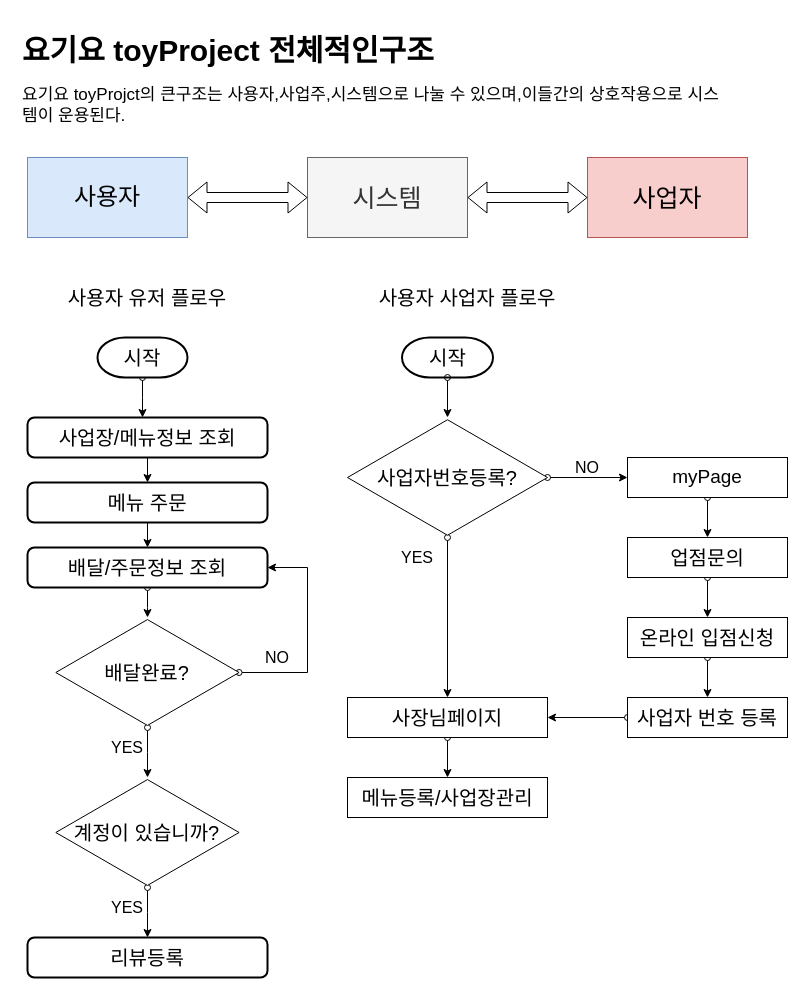
The draw.io diagram page "플로우" (1 of 3) of dio.drawio in brocoly1991/YogiyoToyProjectReacr, before the edit. Source tidied: cells renumbered, new cells numbered last; positions are measured from the earlier drawing's top-left corner, leaving out a move shared by most shapes. Both pictures are drawn from the tidied source at 100%, with x=0, y=0 at pixel (17, 27).
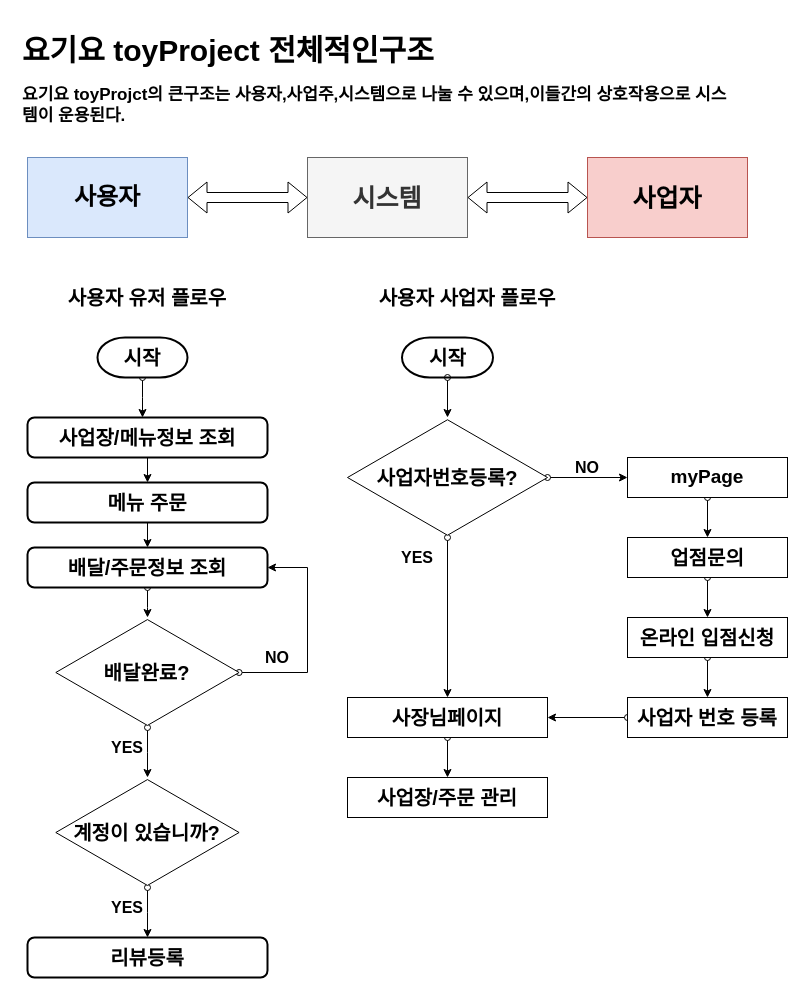
The same page after the edit.

Diff of the diagram source:
```diff
@@
-    <mxCell id="2" value="&lt;h1&gt;&lt;font style=&quot;font-size: 30px&quot;&gt;요기요 toyProject 전체적인구조&lt;/font&gt;&lt;/h1&gt;&lt;p&gt;&lt;span style=&quot;font-size: 17px&quot;&gt;요기요 toyProjct의 큰구조는 사용자,사업주,시스템으로 나눌 수 있으며,이들간의 상호작용으로 시스템이 운용된다.&amp;nbsp;&lt;/span&gt;&lt;/p&gt;" style="text;html=1;strokeColor=none;fillColor=none;spacing=5;spacingTop=-20;whiteSpace=wrap;overflow=hidden;rounded=0;" parent="1" vertex="1">
+    <mxCell id="2" value="&lt;h1&gt;&lt;font style=&quot;font-size: 30px&quot;&gt;요기요 toyProject 전체적인구조&lt;/font&gt;&lt;/h1&gt;&lt;p&gt;&lt;span style=&quot;font-size: 17px&quot;&gt;요기요 toyProjct의 큰구조는 사용자,사업주,시스템으로 나눌 수 있으며,이들간의 상호작용으로 시스템이 운용된다.&amp;nbsp;&lt;/span&gt;&lt;/p&gt;" style="text;html=1;strokeColor=none;fillColor=none;spacing=5;spacingTop=-20;whiteSpace=wrap;overflow=hidden;rounded=0;fontStyle=1;" parent="1" vertex="1">
       <mxGeometry width="720" height="120" as="geometry" />
     </mxCell>
-    <mxCell id="3" value="&lt;font style=&quot;font-size: 24px&quot;&gt;사용자&lt;/font&gt;" style="rounded=0;whiteSpace=wrap;html=1;fillColor=#dae8fc;strokeColor=#6c8ebf;" parent="1" vertex="1">
+    <mxCell id="3" value="&lt;font style=&quot;font-size: 24px&quot;&gt;사용자&lt;/font&gt;" style="rounded=0;whiteSpace=wrap;html=1;fillColor=#dae8fc;strokeColor=#6c8ebf;fontStyle=1;" parent="1" vertex="1">
       <mxGeometry x="10" y="130" width="160" height="80" as="geometry" />
     </mxCell>
-    <mxCell id="4" value="&lt;font style=&quot;font-size: 25px&quot;&gt;시스템&lt;/font&gt;" style="rounded=0;whiteSpace=wrap;html=1;fillColor=#f5f5f5;strokeColor=#666666;fontColor=#333333;" parent="1" vertex="1">
+    <mxCell id="4" value="&lt;font style=&quot;font-size: 25px&quot;&gt;시스템&lt;/font&gt;" style="rounded=0;whiteSpace=wrap;html=1;fillColor=#f5f5f5;strokeColor=#666666;fontColor=#333333;fontStyle=1;" parent="1" vertex="1">
       <mxGeometry x="290" y="130" width="160" height="80" as="geometry" />
     </mxCell>
-    <mxCell id="5" value="&lt;font style=&quot;font-size: 25px&quot;&gt;사업자&lt;/font&gt;" style="rounded=0;whiteSpace=wrap;html=1;fillColor=#f8cecc;strokeColor=#b85450;" parent="1" vertex="1">
+    <mxCell id="5" value="&lt;font style=&quot;font-size: 25px&quot;&gt;사업자&lt;/font&gt;" style="rounded=0;whiteSpace=wrap;html=1;fillColor=#f8cecc;strokeColor=#b85450;fontStyle=1;" parent="1" vertex="1">
       <mxGeometry x="570" y="130" width="160" height="80" as="geometry" />
     </mxCell>
-    <mxCell id="6" style="shape=flexArrow;endArrow=classic;startArrow=classic;html=1;" parent="1" edge="1">
+    <mxCell id="6" style="shape=flexArrow;endArrow=classic;startArrow=classic;html=1;fontStyle=1;" parent="1" edge="1">
       <mxGeometry relative="1" as="geometry">
         <mxPoint x="170" y="170" as="sourcePoint" />
         <mxPoint x="290" y="170" as="targetPoint" />
       </mxGeometry>
     </mxCell>
-    <mxCell id="7" style="shape=flexArrow;endArrow=classic;startArrow=classic;html=1;entryX=0;entryY=0.5;entryDx=0;entryDy=0;exitX=1;exitY=0.5;exitDx=0;exitDy=0;" parent="1" edge="1" source="4" target="5">
+    <mxCell id="7" style="shape=flexArrow;endArrow=classic;startArrow=classic;html=1;entryX=0;entryY=0.5;entryDx=0;entryDy=0;exitX=1;exitY=0.5;exitDx=0;exitDy=0;fontStyle=1;" parent="1" edge="1" source="4" target="5">
       <mxGeometry relative="1" as="geometry" />
     </mxCell>
-    <mxCell id="8" value="&lt;font style=&quot;font-size: 20px&quot;&gt;사용자 유저 플로우&lt;/font&gt;" style="text;html=1;strokeColor=none;fillColor=none;align=center;verticalAlign=middle;whiteSpace=wrap;rounded=0;" parent="1" vertex="1">
+    <mxCell id="8" value="&lt;font style=&quot;font-size: 20px&quot;&gt;사용자 유저 플로우&lt;/font&gt;" style="text;html=1;strokeColor=none;fillColor=none;align=center;verticalAlign=middle;whiteSpace=wrap;rounded=0;fontStyle=1;" parent="1" vertex="1">
       <mxGeometry x="10" y="250" width="240" height="40" as="geometry" />
     </mxCell>
-    <mxCell id="9" style="edgeStyle=orthogonalEdgeStyle;rounded=0;jettySize=auto;html=1;entryX=0.5;entryY=0;entryDx=0;entryDy=0;" parent="1" edge="1" source="10" target="14">
+    <mxCell id="9" style="edgeStyle=orthogonalEdgeStyle;rounded=0;jettySize=auto;html=1;entryX=0.5;entryY=0;entryDx=0;entryDy=0;fontStyle=1;" parent="1" edge="1" source="10" target="14">
       <mxGeometry relative="1" as="geometry" />
     </mxCell>
-    <mxCell id="10" value="&lt;font style=&quot;font-size: 20px&quot;&gt;사업장/메뉴정보 조회&lt;/font&gt;" style="rounded=1;whiteSpace=wrap;html=1;absoluteArcSize=1;arcSize=14;strokeWidth=2;" parent="1" vertex="1">
+    <mxCell id="10" value="&lt;font style=&quot;font-size: 20px&quot;&gt;사업장/메뉴정보 조회&lt;/font&gt;" style="rounded=1;whiteSpace=wrap;html=1;absoluteArcSize=1;arcSize=14;strokeWidth=2;fontStyle=1;" parent="1" vertex="1">
       <mxGeometry x="10" y="390" width="240" height="40" as="geometry" />
     </mxCell>
-    <mxCell id="11" style="edgeStyle=orthogonalEdgeStyle;rounded=0;jettySize=auto;html=1;startArrow=oval;startFill=0;" parent="1" edge="1" source="12">
+    <mxCell id="11" style="edgeStyle=orthogonalEdgeStyle;rounded=0;jettySize=auto;html=1;startArrow=oval;startFill=0;fontStyle=1;" parent="1" edge="1" source="12">
       <mxGeometry relative="1" as="geometry">
         <mxPoint x="125" y="390" as="targetPoint" />
       </mxGeometry>
     </mxCell>
-    <mxCell id="12" value="&lt;span style=&quot;font-size: 20px&quot;&gt;시작&lt;/span&gt;" style="strokeWidth=2;html=1;shape=mxgraph.flowchart.terminator;whiteSpace=wrap;" parent="1" vertex="1">
+    <mxCell id="12" value="&lt;span style=&quot;font-size: 20px&quot;&gt;시작&lt;/span&gt;" style="strokeWidth=2;html=1;shape=mxgraph.flowchart.terminator;whiteSpace=wrap;fontStyle=1;" parent="1" vertex="1">
       <mxGeometry x="80" y="310" width="90" height="40" as="geometry" />
     </mxCell>
-    <mxCell id="13" style="edgeStyle=orthogonalEdgeStyle;rounded=0;jettySize=auto;html=1;" parent="1" edge="1" source="14" target="16">
+    <mxCell id="13" style="edgeStyle=orthogonalEdgeStyle;rounded=0;jettySize=auto;html=1;fontStyle=1;" parent="1" edge="1" source="14" target="16">
       <mxGeometry relative="1" as="geometry" />
     </mxCell>
-    <mxCell id="14" value="&lt;span style=&quot;font-size: 20px&quot;&gt;메뉴 주문&lt;/span&gt;" style="rounded=1;whiteSpace=wrap;html=1;absoluteArcSize=1;arcSize=14;strokeWidth=2;" parent="1" vertex="1">
+    <mxCell id="14" value="&lt;span style=&quot;font-size: 20px&quot;&gt;메뉴 주문&lt;/span&gt;" style="rounded=1;whiteSpace=wrap;html=1;absoluteArcSize=1;arcSize=14;strokeWidth=2;fontStyle=1;" parent="1" vertex="1">
       <mxGeometry x="10" y="455" width="240" height="40" as="geometry" />
     </mxCell>
-    <mxCell id="15" style="edgeStyle=orthogonalEdgeStyle;rounded=0;jettySize=auto;html=1;startArrow=oval;startFill=0;" parent="1" edge="1" source="16" target="19">
+    <mxCell id="15" style="edgeStyle=orthogonalEdgeStyle;rounded=0;jettySize=auto;html=1;startArrow=oval;startFill=0;fontStyle=1;" parent="1" edge="1" source="16" target="19">
       <mxGeometry relative="1" as="geometry" />
     </mxCell>
-    <mxCell id="16" value="&lt;span style=&quot;font-size: 20px&quot;&gt;배달/주문정보 조회&lt;/span&gt;" style="rounded=1;whiteSpace=wrap;html=1;absoluteArcSize=1;arcSize=14;strokeWidth=2;" parent="1" vertex="1">
+    <mxCell id="16" value="&lt;span style=&quot;font-size: 20px&quot;&gt;배달/주문정보 조회&lt;/span&gt;" style="rounded=1;whiteSpace=wrap;html=1;absoluteArcSize=1;arcSize=14;strokeWidth=2;fontStyle=1;" parent="1" vertex="1">
       <mxGeometry x="10" y="520" width="240" height="40" as="geometry" />
     </mxCell>
-    <mxCell id="17" style="edgeStyle=orthogonalEdgeStyle;rounded=0;jettySize=auto;html=1;startArrow=oval;startFill=0;entryX=1;entryY=0.5;entryDx=0;entryDy=0;" parent="1" edge="1" source="19" target="16">
+    <mxCell id="17" style="edgeStyle=orthogonalEdgeStyle;rounded=0;jettySize=auto;html=1;startArrow=oval;startFill=0;entryX=1;entryY=0.5;entryDx=0;entryDy=0;fontStyle=1;" parent="1" edge="1" source="19" target="16">
       <mxGeometry relative="1" as="geometry">
         <Array as="points">
           <mxPoint x="290" y="645" />
           <mxPoint x="290" y="540" />
         </Array>
       </mxGeometry>
     </mxCell>
-    <mxCell id="18" style="edgeStyle=orthogonalEdgeStyle;rounded=0;jettySize=auto;html=1;startArrow=oval;startFill=0;" parent="1" edge="1" source="19">
+    <mxCell id="18" style="edgeStyle=orthogonalEdgeStyle;rounded=0;jettySize=auto;html=1;startArrow=oval;startFill=0;fontStyle=1;" parent="1" edge="1" source="19">
       <mxGeometry relative="1" as="geometry">
         <mxPoint x="130" y="750" as="targetPoint" />
       </mxGeometry>
     </mxCell>
-    <mxCell id="19" value="&lt;font style=&quot;font-size: 20px&quot;&gt;배달완료?&lt;/font&gt;" style="html=1;whiteSpace=wrap;shape=isoRectangle;" parent="1" vertex="1">
+    <mxCell id="19" value="&lt;font style=&quot;font-size: 20px&quot;&gt;배달완료?&lt;/font&gt;" style="html=1;whiteSpace=wrap;shape=isoRectangle;fontStyle=1;" parent="1" vertex="1">
       <mxGeometry x="38.3" y="590" width="183.3" height="110" as="geometry" />
     </mxCell>
-    <mxCell id="20" value="&lt;font style=&quot;font-size: 16px&quot;&gt;NO&lt;/font&gt;" style="text;html=1;strokeColor=none;fillColor=none;align=center;verticalAlign=middle;whiteSpace=wrap;rounded=0;" parent="1" vertex="1">
+    <mxCell id="20" value="&lt;font style=&quot;font-size: 16px&quot;&gt;NO&lt;/font&gt;" style="text;html=1;strokeColor=none;fillColor=none;align=center;verticalAlign=middle;whiteSpace=wrap;rounded=0;fontStyle=1;" parent="1" vertex="1">
       <mxGeometry x="240" y="620" width="40" height="20" as="geometry" />
     </mxCell>
-    <mxCell id="21" value="&lt;span style=&quot;font-size: 16px&quot;&gt;YES&lt;/span&gt;" style="text;html=1;strokeColor=none;fillColor=none;align=center;verticalAlign=middle;whiteSpace=wrap;rounded=0;" parent="1" vertex="1">
+    <mxCell id="21" value="&lt;span style=&quot;font-size: 16px&quot;&gt;YES&lt;/span&gt;" style="text;html=1;strokeColor=none;fillColor=none;align=center;verticalAlign=middle;whiteSpace=wrap;rounded=0;fontStyle=1;" parent="1" vertex="1">
       <mxGeometry x="90" y="710" width="40" height="20" as="geometry" />
     </mxCell>
-    <mxCell id="22" style="edgeStyle=orthogonalEdgeStyle;rounded=0;jettySize=auto;html=1;startArrow=oval;startFill=0;" parent="1" edge="1" source="23" target="24">
+    <mxCell id="22" style="edgeStyle=orthogonalEdgeStyle;rounded=0;jettySize=auto;html=1;startArrow=oval;startFill=0;fontStyle=1;" parent="1" edge="1" source="23" target="24">
       <mxGeometry relative="1" as="geometry" />
     </mxCell>
-    <mxCell id="23" value="&lt;span style=&quot;font-size: 20px&quot;&gt;계정이 있습니까?&lt;/span&gt;" style="html=1;whiteSpace=wrap;shape=isoRectangle;" parent="1" vertex="1">
+    <mxCell id="23" value="&lt;span style=&quot;font-size: 20px&quot;&gt;계정이 있습니까?&lt;/span&gt;" style="html=1;whiteSpace=wrap;shape=isoRectangle;fontStyle=1;" parent="1" vertex="1">
       <mxGeometry x="38.3" y="750" width="183.3" height="110" as="geometry" />
     </mxCell>
-    <mxCell id="24" value="&lt;span style=&quot;font-size: 20px&quot;&gt;리뷰등록&lt;/span&gt;" style="rounded=1;whiteSpace=wrap;html=1;absoluteArcSize=1;arcSize=14;strokeWidth=2;" parent="1" vertex="1">
+    <mxCell id="24" value="&lt;span style=&quot;font-size: 20px&quot;&gt;리뷰등록&lt;/span&gt;" style="rounded=1;whiteSpace=wrap;html=1;absoluteArcSize=1;arcSize=14;strokeWidth=2;fontStyle=1;" parent="1" vertex="1">
       <mxGeometry x="10" y="910" width="240" height="40" as="geometry" />
     </mxCell>
-    <mxCell id="25" value="&lt;span style=&quot;font-size: 16px&quot;&gt;YES&lt;/span&gt;" style="text;html=1;strokeColor=none;fillColor=none;align=center;verticalAlign=middle;whiteSpace=wrap;rounded=0;" parent="1" vertex="1">
+    <mxCell id="25" value="&lt;span style=&quot;font-size: 16px&quot;&gt;YES&lt;/span&gt;" style="text;html=1;strokeColor=none;fillColor=none;align=center;verticalAlign=middle;whiteSpace=wrap;rounded=0;fontStyle=1;" parent="1" vertex="1">
       <mxGeometry x="90" y="870" width="40" height="20" as="geometry" />
     </mxCell>
-    <mxCell id="26" value="&lt;font style=&quot;font-size: 20px&quot;&gt;사용자 사업자 플로우&lt;/font&gt;" style="text;html=1;strokeColor=none;fillColor=none;align=center;verticalAlign=middle;whiteSpace=wrap;rounded=0;" parent="1" vertex="1">
+    <mxCell id="26" value="&lt;font style=&quot;font-size: 20px&quot;&gt;사용자 사업자 플로우&lt;/font&gt;" style="text;html=1;strokeColor=none;fillColor=none;align=center;verticalAlign=middle;whiteSpace=wrap;rounded=0;fontStyle=1;" parent="1" vertex="1">
       <mxGeometry x="330" y="250" width="240" height="40" as="geometry" />
     </mxCell>
-    <mxCell id="27" value="&lt;font style=&quot;font-size: 20px&quot;&gt;시작&lt;/font&gt;" style="strokeWidth=2;html=1;shape=mxgraph.flowchart.terminator;whiteSpace=wrap;" parent="1" vertex="1">
+    <mxCell id="27" value="&lt;font style=&quot;font-size: 20px&quot;&gt;시작&lt;/font&gt;" style="strokeWidth=2;html=1;shape=mxgraph.flowchart.terminator;whiteSpace=wrap;fontStyle=1;" parent="1" vertex="1">
       <mxGeometry x="384.5" y="310" width="91" height="40" as="geometry" />
     </mxCell>
-    <mxCell id="28" style="edgeStyle=orthogonalEdgeStyle;rounded=0;jettySize=auto;html=1;startArrow=oval;startFill=0;" parent="1" edge="1" source="27" target="31">
+    <mxCell id="28" style="edgeStyle=orthogonalEdgeStyle;rounded=0;jettySize=auto;html=1;startArrow=oval;startFill=0;fontStyle=1;" parent="1" edge="1" source="27" target="31">
       <mxGeometry relative="1" as="geometry" />
     </mxCell>
-    <mxCell id="29" style="edgeStyle=orthogonalEdgeStyle;rounded=0;jettySize=auto;html=1;startArrow=oval;startFill=0;" parent="1" edge="1" source="31" target="33">
+    <mxCell id="29" style="edgeStyle=orthogonalEdgeStyle;rounded=0;jettySize=auto;html=1;startArrow=oval;startFill=0;fontStyle=1;" parent="1" edge="1" source="31" target="33">
       <mxGeometry relative="1" as="geometry" />
     </mxCell>
-    <mxCell id="30" style="edgeStyle=orthogonalEdgeStyle;rounded=0;jettySize=auto;html=1;startArrow=oval;startFill=0;" parent="1" edge="1" source="31" target="36">
+    <mxCell id="30" style="edgeStyle=orthogonalEdgeStyle;rounded=0;jettySize=auto;html=1;startArrow=oval;startFill=0;fontStyle=1;" parent="1" edge="1" source="31" target="36">
       <mxGeometry relative="1" as="geometry" />
     </mxCell>
-    <mxCell id="31" value="&lt;span style=&quot;font-size: 20px&quot;&gt;사업자번호등록?&lt;/span&gt;" style="html=1;whiteSpace=wrap;shape=isoRectangle;" parent="1" vertex="1">
+    <mxCell id="31" value="&lt;span style=&quot;font-size: 20px&quot;&gt;사업자번호등록?&lt;/span&gt;" style="html=1;whiteSpace=wrap;shape=isoRectangle;fontStyle=1;" parent="1" vertex="1">
       <mxGeometry x="330" y="390" width="200" height="120" as="geometry" />
     </mxCell>
-    <mxCell id="32" style="edgeStyle=orthogonalEdgeStyle;rounded=0;jettySize=auto;html=1;startArrow=oval;startFill=0;" parent="1" edge="1" source="33" target="40">
+    <mxCell id="32" style="edgeStyle=orthogonalEdgeStyle;rounded=0;jettySize=auto;html=1;startArrow=oval;startFill=0;fontStyle=1;" parent="1" edge="1" source="33" target="40">
       <mxGeometry relative="1" as="geometry" />
     </mxCell>
-    <mxCell id="33" value="&lt;span style=&quot;font-size: 19px&quot;&gt;myPage&lt;/span&gt;" style="whiteSpace=wrap;html=1;" parent="1" vertex="1">
+    <mxCell id="33" value="&lt;span style=&quot;font-size: 19px&quot;&gt;myPage&lt;/span&gt;" style="whiteSpace=wrap;html=1;fontStyle=1;" parent="1" vertex="1">
       <mxGeometry x="610" y="430" width="160" height="40" as="geometry" />
     </mxCell>
-    <mxCell id="34" value="&lt;font style=&quot;font-size: 16px&quot;&gt;NO&lt;/font&gt;" style="text;html=1;strokeColor=none;fillColor=none;align=center;verticalAlign=middle;whiteSpace=wrap;rounded=0;" parent="1" vertex="1">
+    <mxCell id="34" value="&lt;font style=&quot;font-size: 16px&quot;&gt;NO&lt;/font&gt;" style="text;html=1;strokeColor=none;fillColor=none;align=center;verticalAlign=middle;whiteSpace=wrap;rounded=0;fontStyle=1;" parent="1" vertex="1">
       <mxGeometry x="550" y="430" width="40" height="20" as="geometry" />
     </mxCell>
-    <mxCell id="35" style="edgeStyle=orthogonalEdgeStyle;rounded=0;jettySize=auto;html=1;startArrow=oval;startFill=0;" parent="1" edge="1" source="36" target="45">
+    <mxCell id="35" style="edgeStyle=orthogonalEdgeStyle;rounded=0;jettySize=auto;html=1;startArrow=oval;startFill=0;fontStyle=1;" parent="1" edge="1" source="36" target="45">
       <mxGeometry relative="1" as="geometry" />
     </mxCell>
-    <mxCell id="36" value="&lt;font style=&quot;font-size: 20px&quot;&gt;사장님페이지&lt;/font&gt;" style="whiteSpace=wrap;html=1;" parent="1" vertex="1">
+    <mxCell id="36" value="&lt;font style=&quot;font-size: 20px&quot;&gt;사장님페이지&lt;/font&gt;" style="whiteSpace=wrap;html=1;fontStyle=1;" parent="1" vertex="1">
       <mxGeometry x="330" y="670" width="200" height="40" as="geometry" />
     </mxCell>
-    <mxCell id="37" value="&lt;span style=&quot;font-size: 16px&quot;&gt;YES&lt;/span&gt;" style="text;html=1;strokeColor=none;fillColor=none;align=center;verticalAlign=middle;whiteSpace=wrap;rounded=0;" parent="1" vertex="1">
+    <mxCell id="37" value="&lt;span style=&quot;font-size: 16px&quot;&gt;YES&lt;/span&gt;" style="text;html=1;strokeColor=none;fillColor=none;align=center;verticalAlign=middle;whiteSpace=wrap;rounded=0;fontStyle=1;" parent="1" vertex="1">
       <mxGeometry x="380" y="520" width="40" height="20" as="geometry" />
     </mxCell>
-    <mxCell id="38" style="edgeStyle=orthogonalEdgeStyle;rounded=0;orthogonalLoop=1;jettySize=auto;html=1;exitX=0.5;exitY=1;exitDx=0;exitDy=0;startArrow=oval;startFill=0;" parent="1" edge="1" source="34" target="34">
+    <mxCell id="38" style="edgeStyle=orthogonalEdgeStyle;rounded=0;orthogonalLoop=1;jettySize=auto;html=1;exitX=0.5;exitY=1;exitDx=0;exitDy=0;startArrow=oval;startFill=0;fontStyle=1;" parent="1" edge="1" source="34" target="34">
       <mxGeometry relative="1" as="geometry" />
     </mxCell>
-    <mxCell id="39" style="edgeStyle=orthogonalEdgeStyle;rounded=0;jettySize=auto;html=1;startArrow=oval;startFill=0;" parent="1" edge="1" source="40" target="42">
+    <mxCell id="39" style="edgeStyle=orthogonalEdgeStyle;rounded=0;jettySize=auto;html=1;startArrow=oval;startFill=0;fontStyle=1;" parent="1" edge="1" source="40" target="42">
       <mxGeometry relative="1" as="geometry" />
     </mxCell>
-    <mxCell id="40" value="&lt;font style=&quot;font-size: 20px&quot;&gt;업점문의&lt;/font&gt;" style="whiteSpace=wrap;html=1;" parent="1" vertex="1">
+    <mxCell id="40" value="&lt;font style=&quot;font-size: 20px&quot;&gt;업점문의&lt;/font&gt;" style="whiteSpace=wrap;html=1;fontStyle=1;" parent="1" vertex="1">
       <mxGeometry x="610" y="510" width="160" height="40" as="geometry" />
     </mxCell>
-    <mxCell id="41" style="edgeStyle=orthogonalEdgeStyle;rounded=0;jettySize=auto;html=1;startArrow=oval;startFill=0;" parent="1" edge="1" source="42" target="44">
+    <mxCell id="41" style="edgeStyle=orthogonalEdgeStyle;rounded=0;jettySize=auto;html=1;startArrow=oval;startFill=0;fontStyle=1;" parent="1" edge="1" source="42" target="44">
       <mxGeometry relative="1" as="geometry" />
     </mxCell>
-    <mxCell id="42" value="&lt;font style=&quot;font-size: 20px&quot;&gt;온라인 입점신청&lt;/font&gt;" style="whiteSpace=wrap;html=1;" parent="1" vertex="1">
+    <mxCell id="42" value="&lt;font style=&quot;font-size: 20px&quot;&gt;온라인 입점신청&lt;/font&gt;" style="whiteSpace=wrap;html=1;fontStyle=1;" parent="1" vertex="1">
       <mxGeometry x="610" y="590" width="160" height="40" as="geometry" />
     </mxCell>
-    <mxCell id="43" style="edgeStyle=orthogonalEdgeStyle;rounded=0;jettySize=auto;html=1;startArrow=oval;startFill=0;" parent="1" edge="1" source="44" target="36">
+    <mxCell id="43" style="edgeStyle=orthogonalEdgeStyle;rounded=0;jettySize=auto;html=1;startArrow=oval;startFill=0;fontStyle=1;" parent="1" edge="1" source="44" target="36">
       <mxGeometry relative="1" as="geometry" />
     </mxCell>
-    <mxCell id="44" value="&lt;font style=&quot;font-size: 20px&quot;&gt;사업자 번호 등록&lt;/font&gt;" style="whiteSpace=wrap;html=1;" parent="1" vertex="1">
+    <mxCell id="44" value="&lt;font style=&quot;font-size: 20px&quot;&gt;사업자 번호 등록&lt;/font&gt;" style="whiteSpace=wrap;html=1;fontStyle=1;" parent="1" vertex="1">
       <mxGeometry x="610" y="670" width="160" height="40" as="geometry" />
     </mxCell>
-    <mxCell id="45" value="&lt;font style=&quot;font-size: 20px&quot;&gt;메뉴등록/사업장관리&lt;/font&gt;" style="whiteSpace=wrap;html=1;" parent="1" vertex="1">
+    <mxCell id="45" value="&lt;font style=&quot;font-size: 20px&quot;&gt;사업장/주문 관리&lt;/font&gt;" style="whiteSpace=wrap;html=1;fontStyle=1;" parent="1" vertex="1">
       <mxGeometry x="330" y="750" width="200" height="40" as="geometry" />
     </mxCell>
+    <mxCell id="46" style="edgeStyle=orthogonalEdgeStyle;rounded=0;orthogonalLoop=1;jettySize=auto;html=1;exitX=1;exitY=0.5;exitDx=0;exitDy=0;entryX=1;entryY=0.25;entryDx=0;entryDy=0;fontSize=20;startArrow=none;startFill=0;endArrow=none;endFill=0;" parent="1" edge="1" source="45" target="45">
+      <mxGeometry relative="1" as="geometry" />
+    </mxCell>
```
